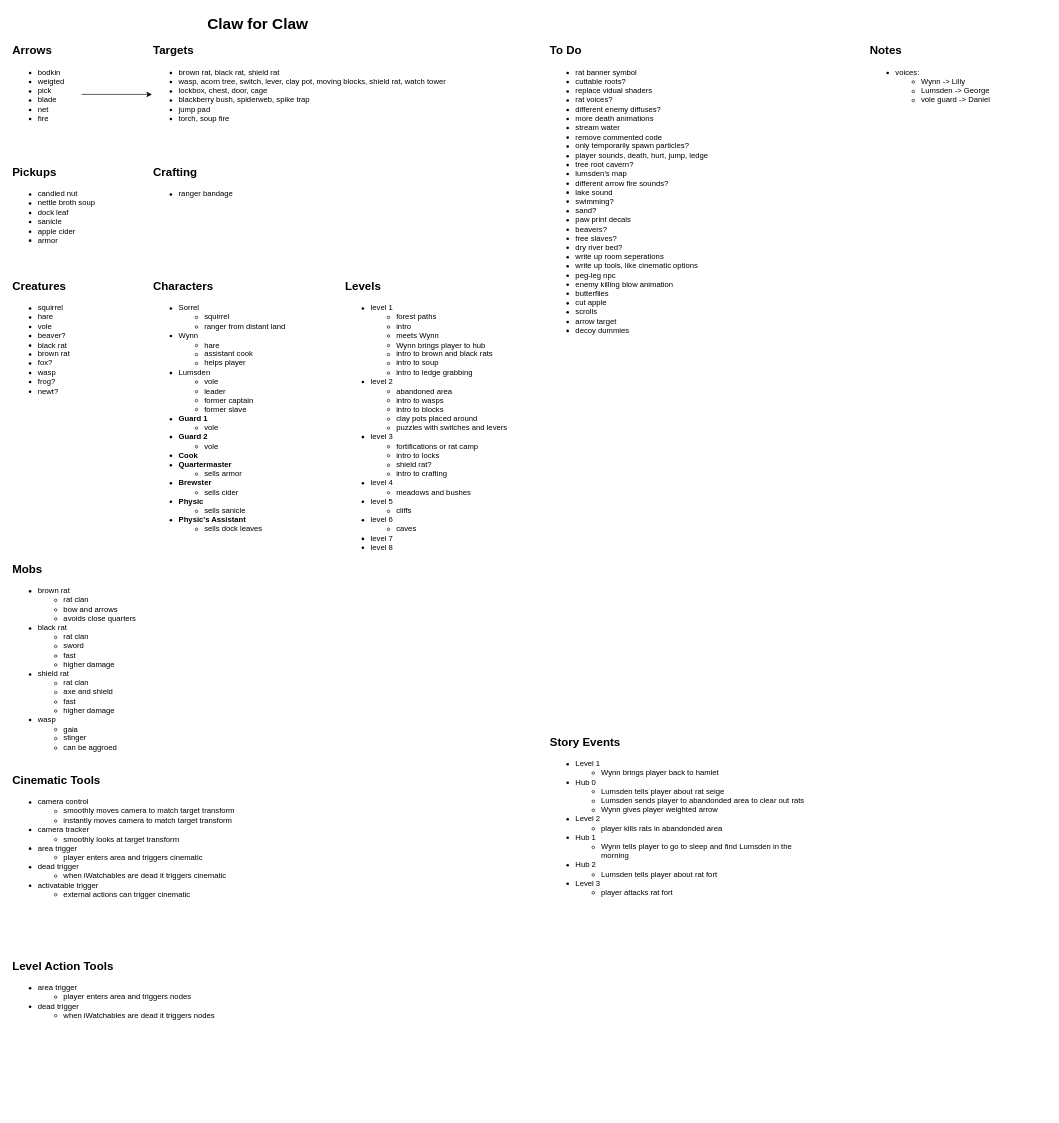
The draw.io diagram Planning/design-doc.drawio in camerondedore/Godot-Project-3, before the edit. Source tidied: cells renumbered, new cells numbered last; positions are measured from the earlier drawing's top-left corner, leaving out a move shared by most shapes. Both pictures are drawn from the tidied source at 64%, with x=0, y=0 at pixel (11, 11).
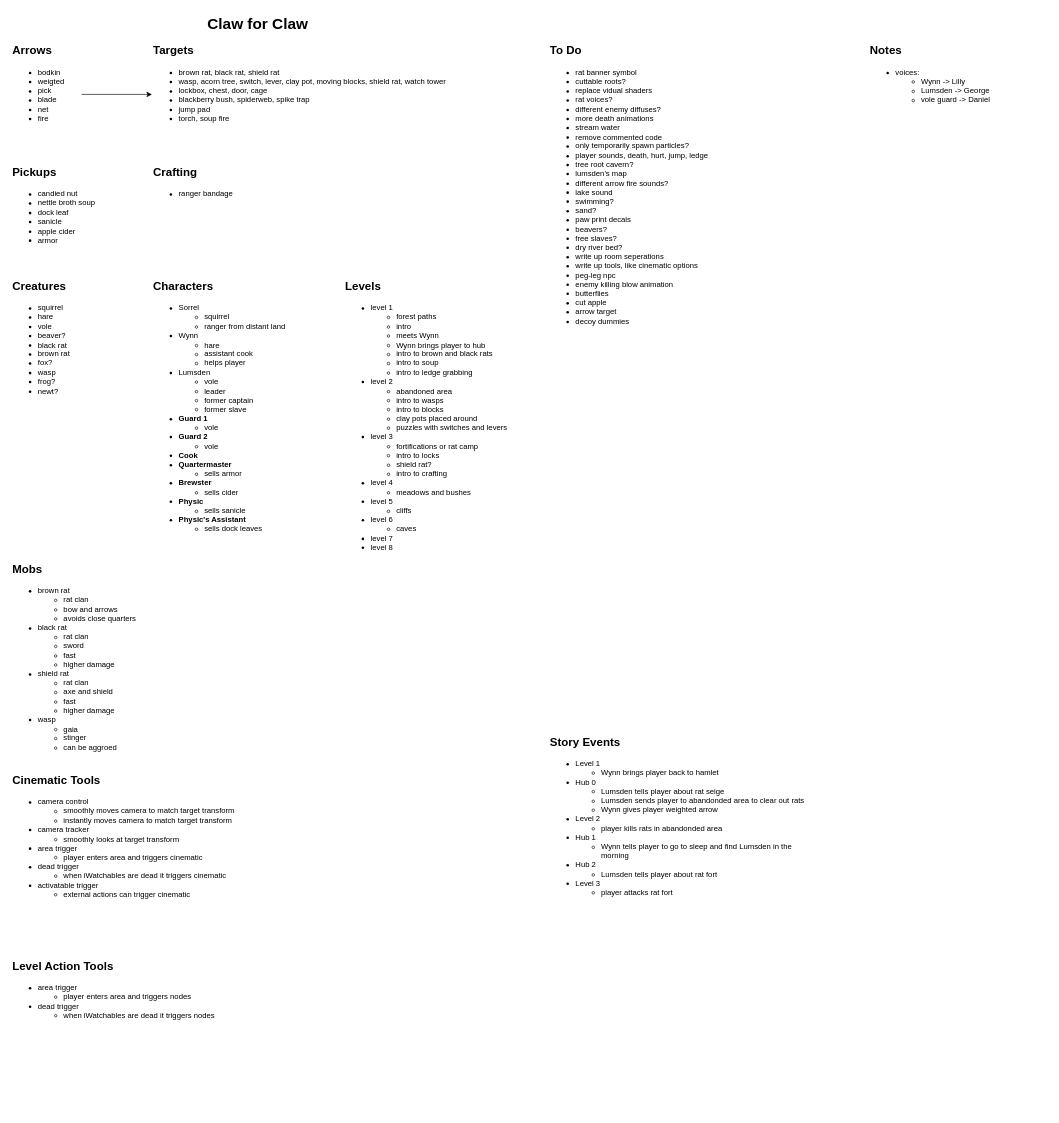
Above is the later version.

Diff of the diagram source:
```diff
@@
-    <mxCell id="19" value="&lt;ul&gt;&lt;li&gt;rat banner symbol&lt;/li&gt;&lt;li&gt;cuttable roots?&lt;/li&gt;&lt;li&gt;replace vidual shaders&lt;/li&gt;&lt;li&gt;rat voices?&lt;/li&gt;&lt;li&gt;different enemy diffuses?&lt;/li&gt;&lt;li&gt;more death animations&lt;/li&gt;&lt;li&gt;&lt;span style=&quot;background-color: transparent; color: light-dark(rgb(0, 0, 0), rgb(255, 255, 255));&quot;&gt;stream water&lt;/span&gt;&lt;br&gt;&lt;/li&gt;&lt;li&gt;remove commented code&lt;/li&gt;&lt;li&gt;only temporarily spawn particles?&lt;/li&gt;&lt;li&gt;player sounds, death, hurt, jump, ledge&lt;/li&gt;&lt;li&gt;tree root cavern?&lt;/li&gt;&lt;li&gt;lumsden's map&lt;/li&gt;&lt;li&gt;different arrow fire sounds?&lt;/li&gt;&lt;li&gt;lake sound&lt;/li&gt;&lt;li&gt;swimming?&lt;/li&gt;&lt;li&gt;sand?&lt;/li&gt;&lt;li&gt;paw print decals&lt;/li&gt;&lt;li&gt;beavers?&lt;/li&gt;&lt;li&gt;free slaves?&lt;/li&gt;&lt;li&gt;dry river bed?&lt;/li&gt;&lt;li&gt;write up room seperations&lt;/li&gt;&lt;li&gt;write up tools, like cinematic options&lt;/li&gt;&lt;li&gt;peg-leg npc&lt;/li&gt;&lt;li&gt;enemy killing blow animation&lt;/li&gt;&lt;li&gt;butterflies&lt;/li&gt;&lt;li&gt;cut apple&lt;/li&gt;&lt;li&gt;scrolls&lt;/li&gt;&lt;li&gt;arrow target&lt;/li&gt;&lt;li&gt;decoy dummies&lt;/li&gt;&lt;/ul&gt;" style="text;html=1;align=left;verticalAlign=top;whiteSpace=wrap;rounded=0;" parent="1" vertex="1">
+    <mxCell id="19" value="&lt;ul&gt;&lt;li&gt;rat banner symbol&lt;/li&gt;&lt;li&gt;cuttable roots?&lt;/li&gt;&lt;li&gt;replace vidual shaders&lt;/li&gt;&lt;li&gt;rat voices?&lt;/li&gt;&lt;li&gt;different enemy diffuses?&lt;/li&gt;&lt;li&gt;more death animations&lt;/li&gt;&lt;li&gt;&lt;span style=&quot;background-color: transparent; color: light-dark(rgb(0, 0, 0), rgb(255, 255, 255));&quot;&gt;stream water&lt;/span&gt;&lt;br&gt;&lt;/li&gt;&lt;li&gt;remove commented code&lt;/li&gt;&lt;li&gt;only temporarily spawn particles?&lt;/li&gt;&lt;li&gt;player sounds, death, hurt, jump, ledge&lt;/li&gt;&lt;li&gt;tree root cavern?&lt;/li&gt;&lt;li&gt;lumsden's map&lt;/li&gt;&lt;li&gt;different arrow fire sounds?&lt;/li&gt;&lt;li&gt;lake sound&lt;/li&gt;&lt;li&gt;swimming?&lt;/li&gt;&lt;li&gt;sand?&lt;/li&gt;&lt;li&gt;paw print decals&lt;/li&gt;&lt;li&gt;beavers?&lt;/li&gt;&lt;li&gt;free slaves?&lt;/li&gt;&lt;li&gt;dry river bed?&lt;/li&gt;&lt;li&gt;write up room seperations&lt;/li&gt;&lt;li&gt;write up tools, like cinematic options&lt;/li&gt;&lt;li&gt;peg-leg npc&lt;/li&gt;&lt;li&gt;enemy killing blow animation&lt;/li&gt;&lt;li&gt;butterflies&lt;/li&gt;&lt;li&gt;cut apple&lt;/li&gt;&lt;li&gt;arrow target&lt;/li&gt;&lt;li&gt;decoy dummies&lt;/li&gt;&lt;/ul&gt;" style="text;html=1;align=left;verticalAlign=top;whiteSpace=wrap;rounded=0;" parent="1" vertex="1">
       <mxGeometry x="840" y="70" width="280" height="440" as="geometry" />
     </mxCell>
```
